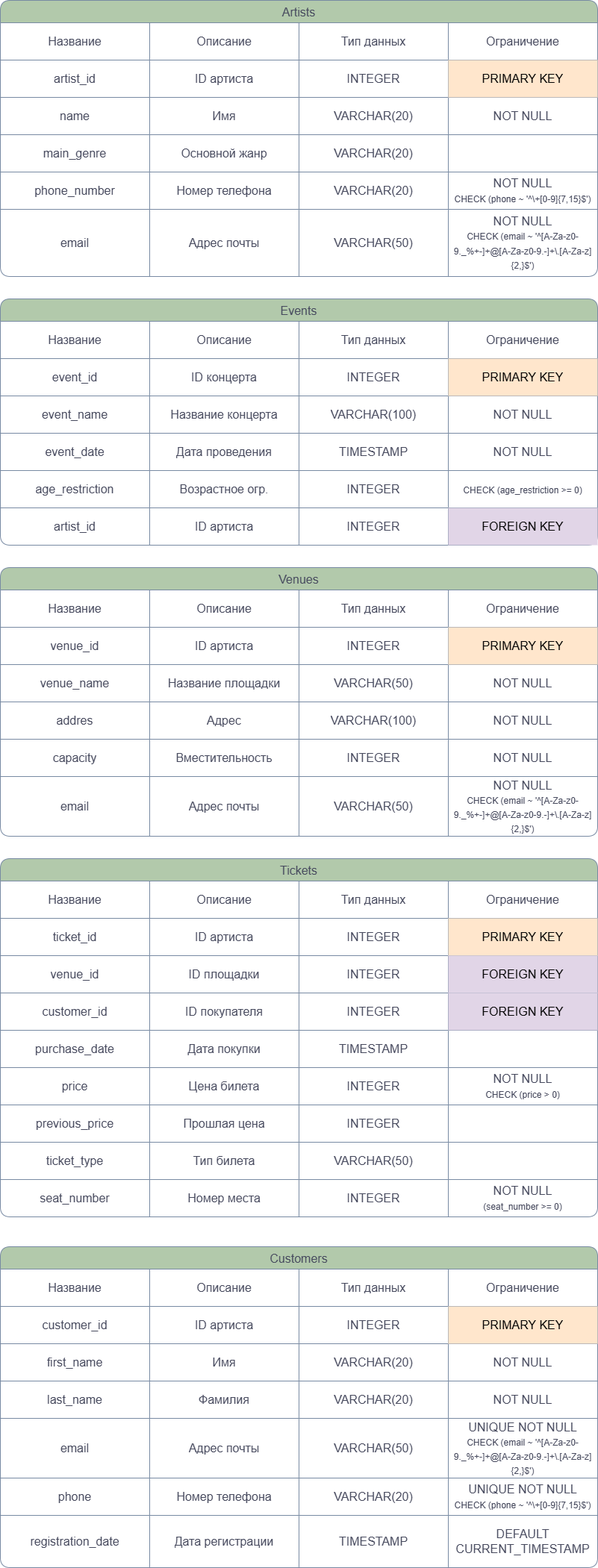
Earlier version of the draw.io export docs/phys.png (tufyaa/db_project). Source tidied: cells renumbered, new cells last; positions are measured from the earlier drawing's top-left corner, leaving out a move shared by most shapes.
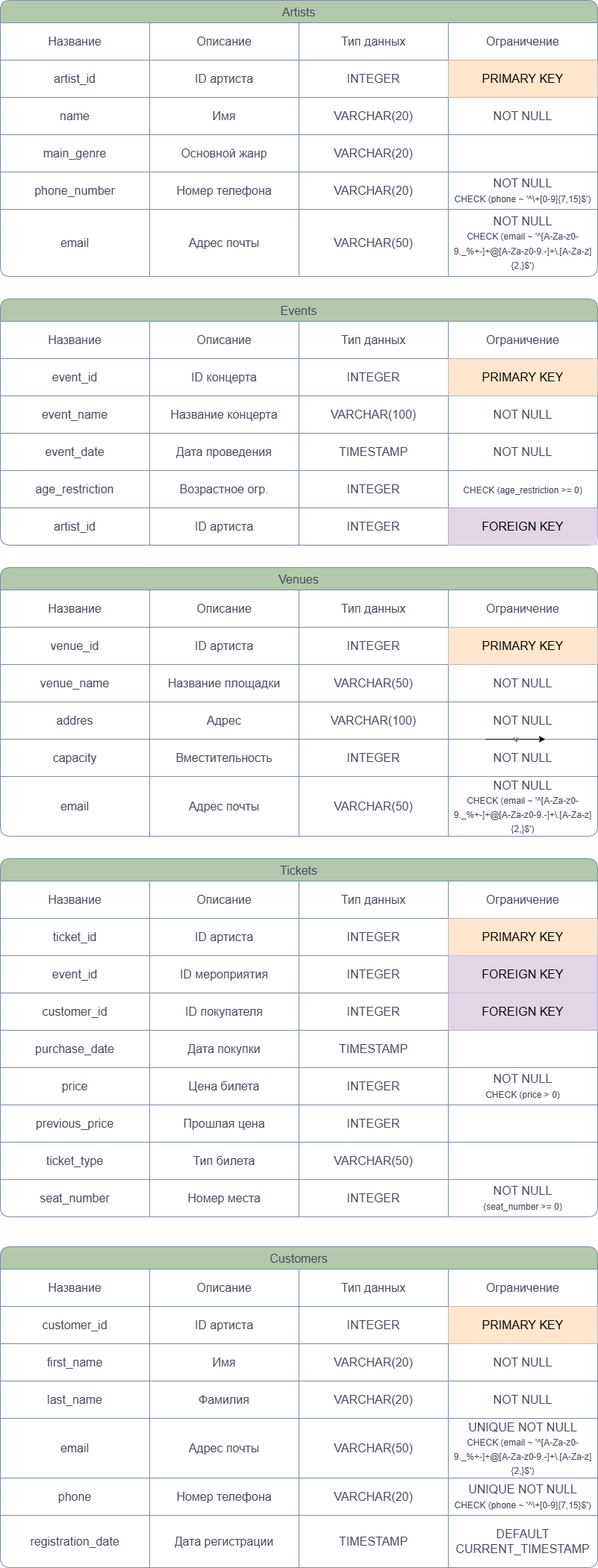
Above is the later version.

The edit, as a diff of the source:
```diff
@@ -317,10 +317,10 @@
     <mxCell id="106" style="shape=tableRow;horizontal=0;startSize=0;swimlaneHead=0;swimlaneBody=0;strokeColor=#788AA3;top=0;left=0;bottom=0;right=0;fillColor=none;fontSize=16;labelBackgroundColor=none;fontColor=#46495D;rounded=1;" parent="95" vertex="1">
       <mxGeometry y="130" width="800" height="50" as="geometry" />
     </mxCell>
-    <mxCell id="107" value="venue_id" style="shape=partialRectangle;html=1;whiteSpace=wrap;strokeColor=#788AA3;overflow=hidden;fillColor=none;top=0;left=0;bottom=0;right=0;fontSize=16;labelBackgroundColor=none;fontColor=#46495D;rounded=1;" parent="106" vertex="1">
+    <mxCell id="107" value="event_id" style="shape=partialRectangle;html=1;whiteSpace=wrap;strokeColor=#788AA3;overflow=hidden;fillColor=none;top=0;left=0;bottom=0;right=0;fontSize=16;labelBackgroundColor=none;fontColor=#46495D;rounded=1;" parent="106" vertex="1">
       <mxGeometry width="200" height="50" as="geometry" />
     </mxCell>
-    <mxCell id="108" value="ID площадки" style="shape=partialRectangle;html=1;whiteSpace=wrap;strokeColor=#788AA3;overflow=hidden;fillColor=none;top=0;left=0;bottom=0;right=0;fontSize=16;labelBackgroundColor=none;fontColor=#46495D;rounded=1;" parent="106" vertex="1">
+    <mxCell id="108" value="ID мероприятия" style="shape=partialRectangle;html=1;whiteSpace=wrap;strokeColor=#788AA3;overflow=hidden;fillColor=none;top=0;left=0;bottom=0;right=0;fontSize=16;labelBackgroundColor=none;fontColor=#46495D;rounded=1;" parent="106" vertex="1">
       <mxGeometry x="200" width="200" height="50" as="geometry" />
     </mxCell>
     <mxCell id="109" value="INTEGER" style="shape=partialRectangle;html=1;whiteSpace=wrap;strokeColor=#788AA3;overflow=hidden;fillColor=none;top=0;left=0;bottom=0;right=0;fontSize=16;labelBackgroundColor=none;fontColor=#46495D;rounded=1;" parent="106" vertex="1">
@@ -527,5 +527,11 @@
     <mxCell id="176" value="DEFAULT CURRENT_TIMESTAMP" style="shape=partialRectangle;html=1;whiteSpace=wrap;strokeColor=#788AA3;overflow=hidden;fillColor=none;top=0;left=0;bottom=0;right=0;fontSize=16;labelBackgroundColor=none;fontColor=#46495D;rounded=1;" parent="172" vertex="1">
       <mxGeometry x="600" width="200" height="70" as="geometry" />
     </mxCell>
+    <mxCell id="177" value="ч" style="edgeStyle=none;orthogonalLoop=1;jettySize=auto;html=1;rounded=0;" parent="1" edge="1">
+      <mxGeometry relative="1" as="geometry">
+        <mxPoint x="650" y="990" as="sourcePoint" />
+        <mxPoint x="730" y="990" as="targetPoint" />
+      </mxGeometry>
+    </mxCell>
   </root>
 </mxGraphModel>
```
